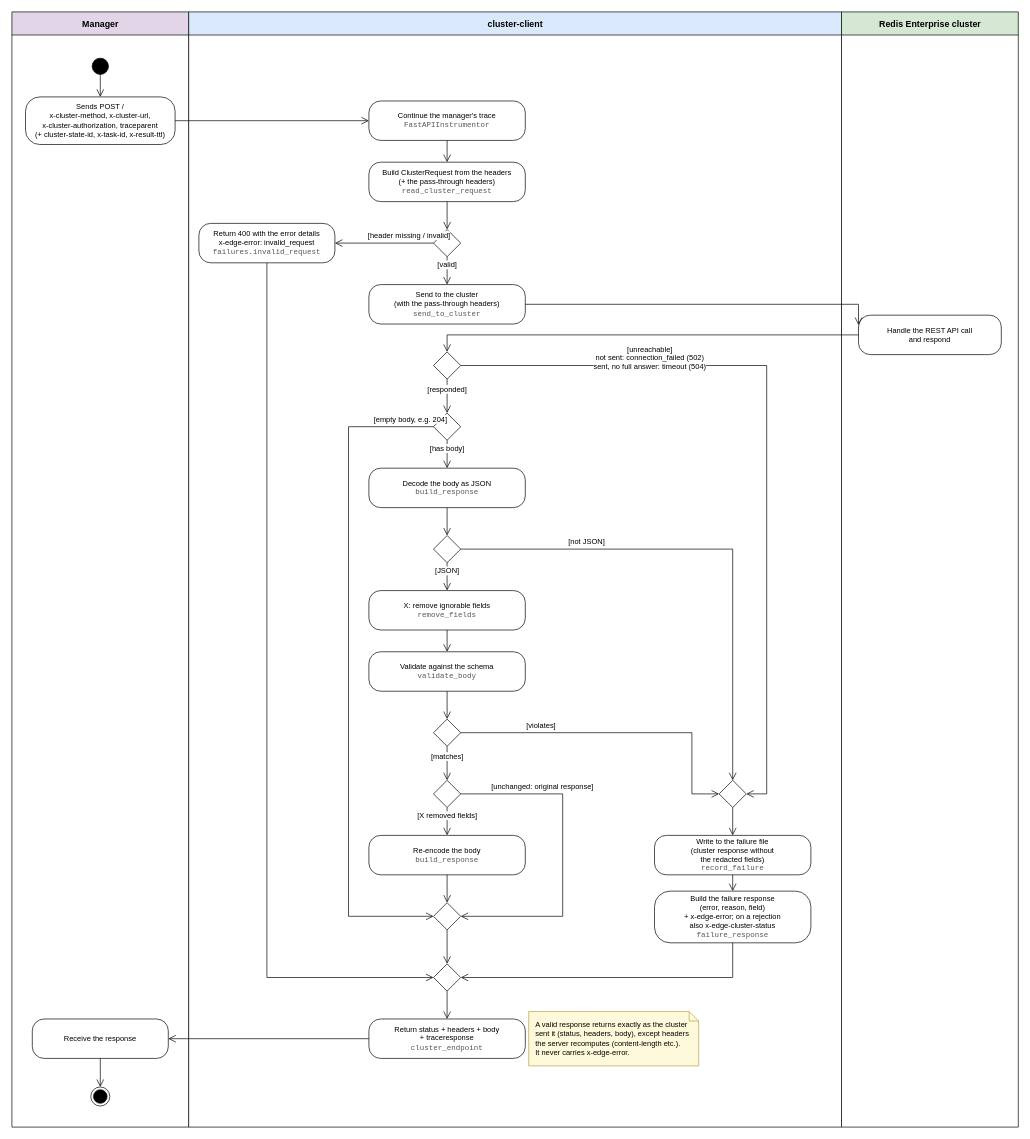
Above: docs/diagrams/flow.drawio in EliShteinman/cluster-client (draw.io), before the change. Source tidied: cells renumbered, new cells numbered last; positions are measured from the earlier drawing's top-left corner, leaving out a move shared by most shapes. Both pictures are drawn from the tidied source at 68%, with x=0, y=0 at pixel (12, 12).
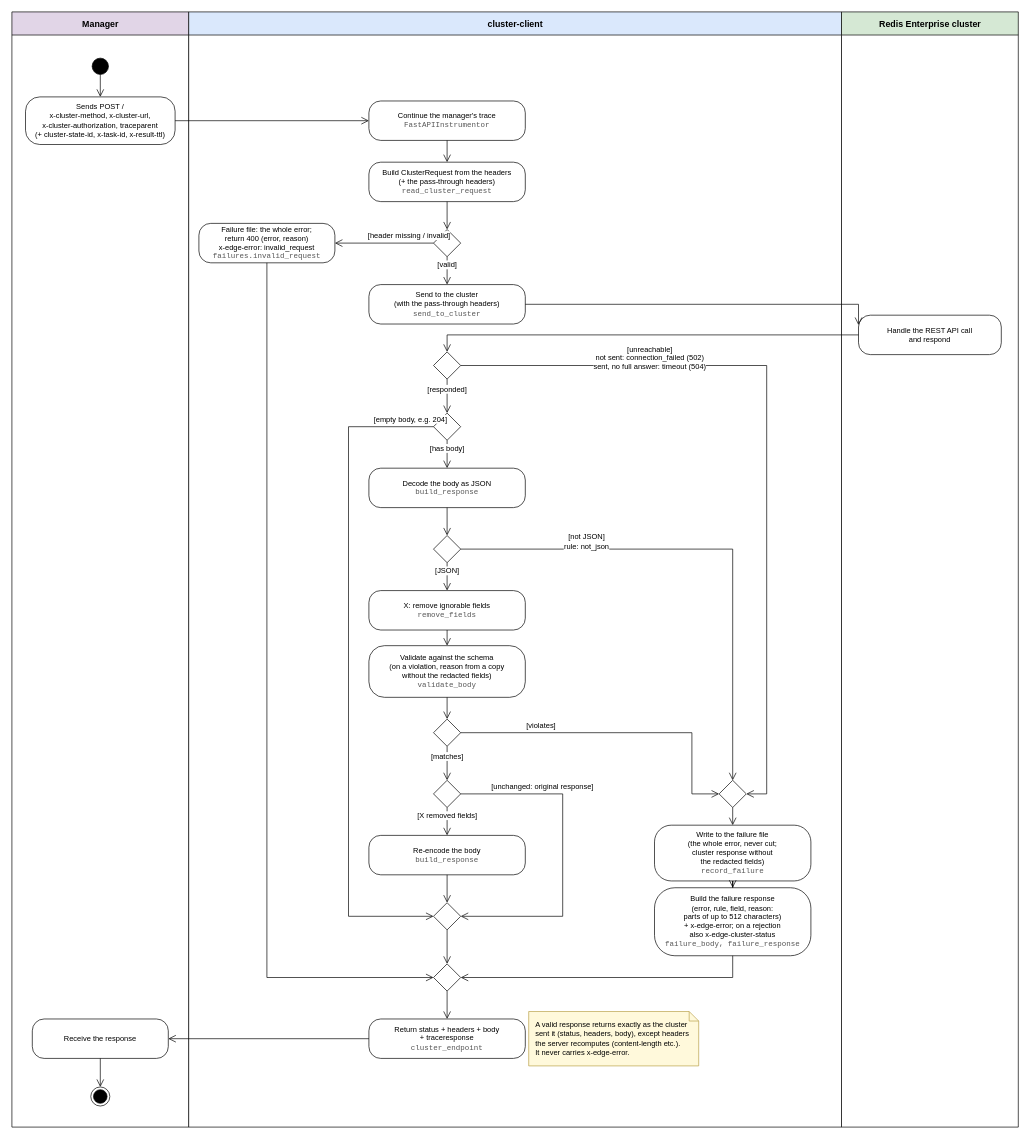
After the change.

The change refers to these unchanged cells:
```xml
<mxCell id="16" style="rhombus;whiteSpace=wrap;html=1;fillColor=#FFFFFF;labelPosition=left;verticalLabelPosition=middle;align=right;verticalAlign=middle;spacingRight=6;fontFamily=Helvetica;fontSize=11;" parent="1" vertex="1">
  <mxGeometry x="620" y="770" width="40" height="40" as="geometry" />
</mxCell>
<mxCell id="23" style="rhombus;whiteSpace=wrap;html=1;fillColor=#FFFFFF;labelPosition=left;verticalLabelPosition=middle;align=right;verticalAlign=middle;spacingRight=6;fontFamily=Helvetica;fontSize=11;" parent="1" vertex="1">
  <mxGeometry x="1040" y="1130" width="40" height="40" as="geometry" />
</mxCell>
```

Diff of the diagram source:
```diff
@@
-    <mxCell id="10" value="Return 400 with the error details&lt;br&gt;x-edge-error: invalid_request&lt;br&gt;&lt;font color=&quot;#555555&quot; face=&quot;Courier New&quot;&gt;failures.invalid_request&lt;/font&gt;" style="rounded=1;arcSize=30;whiteSpace=wrap;html=1;fillColor=#FFFFFF;fontFamily=Helvetica;fontSize=11;" parent="1" vertex="1">
+    <mxCell id="10" value="Failure file: the whole error;&lt;br&gt;return 400 (error, reason)&lt;br&gt;x-edge-error: invalid_request&lt;br&gt;&lt;font color=&quot;#555555&quot; face=&quot;Courier New&quot;&gt;failures.invalid_request&lt;/font&gt;" style="rounded=1;arcSize=30;whiteSpace=wrap;html=1;fillColor=#FFFFFF;fontFamily=Helvetica;fontSize=11;" parent="1" vertex="1">
       <mxGeometry x="275" y="311" width="200" height="58" as="geometry" />
     </mxCell>
@@
-    <mxCell id="18" value="Validate against the schema&lt;br&gt;&lt;font color=&quot;#555555&quot; face=&quot;Courier New&quot;&gt;validate_body&lt;/font&gt;" style="rounded=1;arcSize=30;whiteSpace=wrap;html=1;fillColor=#FFFFFF;fontFamily=Helvetica;fontSize=11;" parent="1" vertex="1">
-      <mxGeometry x="525" y="941" width="230" height="58" as="geometry" />
+    <mxCell id="18" value="Validate against the schema&lt;br&gt;(on a violation, reason from a copy&lt;br&gt;without the redacted fields)&lt;br&gt;&lt;font color=&quot;#555555&quot; face=&quot;Courier New&quot;&gt;validate_body&lt;/font&gt;" style="rounded=1;arcSize=30;whiteSpace=wrap;html=1;fillColor=#FFFFFF;fontFamily=Helvetica;fontSize=11;" parent="1" vertex="1">
+      <mxGeometry x="525" y="932" width="230" height="76" as="geometry" />
     </mxCell>
@@
-    <mxCell id="24" value="Write to the failure file&lt;br&gt;(cluster response without&lt;br&gt;the redacted fields)&lt;br&gt;&lt;font color=&quot;#555555&quot; face=&quot;Courier New&quot;&gt;record_failure&lt;/font&gt;" style="rounded=1;arcSize=30;whiteSpace=wrap;html=1;fillColor=#FFFFFF;fontFamily=Helvetica;fontSize=11;" parent="1" vertex="1">
-      <mxGeometry x="945" y="1211" width="230" height="58" as="geometry" />
+    <mxCell id="24" value="Write to the failure file&lt;br&gt;(the whole error, never cut;&lt;br&gt;cluster response without&lt;br&gt;the redacted fields)&lt;br&gt;&lt;font color=&quot;#555555&quot; face=&quot;Courier New&quot;&gt;record_failure&lt;/font&gt;" style="rounded=1;arcSize=30;whiteSpace=wrap;html=1;fillColor=#FFFFFF;fontFamily=Helvetica;fontSize=11;" parent="1" vertex="1">
+      <mxGeometry x="945" y="1196" width="230" height="82" as="geometry" />
     </mxCell>
-    <mxCell id="25" value="Build the failure response&lt;br&gt;(error, reason, field)&lt;br&gt;+ x-edge-error; on a rejection&lt;br&gt;also x-edge-cluster-status&lt;br&gt;&lt;font color=&quot;#555555&quot; face=&quot;Courier New&quot;&gt;failure_response&lt;/font&gt;" style="rounded=1;arcSize=30;whiteSpace=wrap;html=1;fillColor=#FFFFFF;fontFamily=Helvetica;fontSize=11;" parent="1" vertex="1">
-      <mxGeometry x="945" y="1293" width="230" height="76" as="geometry" />
+    <mxCell id="25" value="Build the failure response&lt;br&gt;(error, rule, field, reason:&lt;br&gt;parts of up to 512 characters)&lt;br&gt;+ x-edge-error; on a rejection&lt;br&gt;also x-edge-cluster-status&lt;br&gt;&lt;font color=&quot;#555555&quot; face=&quot;Courier New&quot;&gt;failure_body, failure_response&lt;/font&gt;" style="rounded=1;arcSize=30;whiteSpace=wrap;html=1;fillColor=#FFFFFF;fontFamily=Helvetica;fontSize=11;" parent="1" vertex="1">
+      <mxGeometry x="945" y="1288" width="230" height="100" as="geometry" />
     </mxCell>
@@
-    <mxCell id="44" value="[not JSON]" style="edgeStyle=orthogonalEdgeStyle;rounded=0;html=1;endArrow=open;endSize=9;fontFamily=Helvetica;fontSize=11;labelBackgroundColor=#FFFFFF;exitX=1;exitY=0.5;exitDx=0;exitDy=0;entryX=0.5;entryY=0;entryDx=0;entryDy=0;" parent="1" edge="1" source="16" target="23">
+    <mxCell id="44" value="[not JSON]&lt;br&gt;rule: not_json" style="edgeStyle=orthogonalEdgeStyle;rounded=0;html=1;endArrow=open;endSize=9;fontFamily=Helvetica;fontSize=11;labelBackgroundColor=#FFFFFF;exitX=1;exitY=0.5;exitDx=0;exitDy=0;entryX=0.5;entryY=0;entryDx=0;entryDy=0;" parent="1" edge="1" source="16" target="23">
       <mxGeometry x="-0.5" relative="1" as="geometry">
         <Array as="points">
           <mxPoint x="1060" y="790" />
         </Array>
         <mxPoint y="-11" as="offset" />
       </mxGeometry>
     </mxCell>
```
